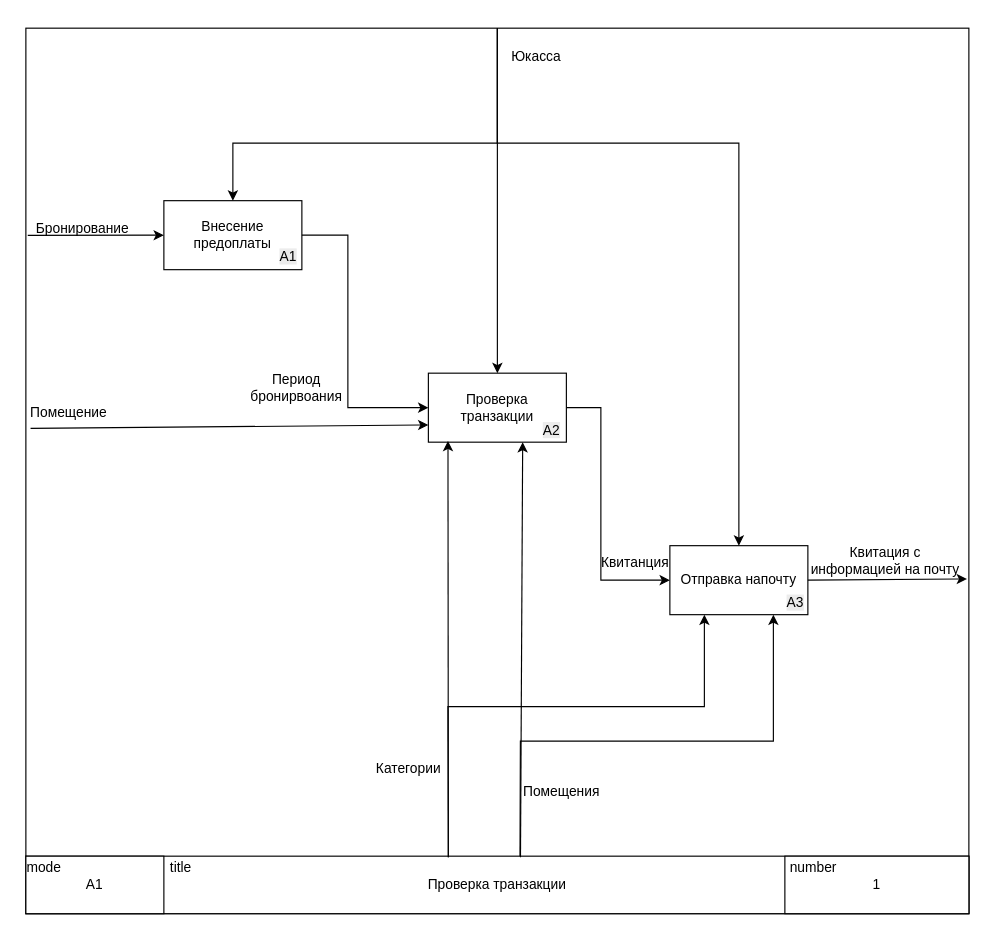
This is Курсовая 2025/Диаграммы/Диаграмма декомпозиций А1.drawio from Honeysuckle52/interior, a draw.io file, before an edit. Source tidied: cells renumbered, new cells numbered last; positions are measured from the earlier drawing's top-left corner, leaving out a move shared by most shapes. Both pictures are drawn from the tidied source at 115%, with x=0, y=0 at pixel (25, 28).
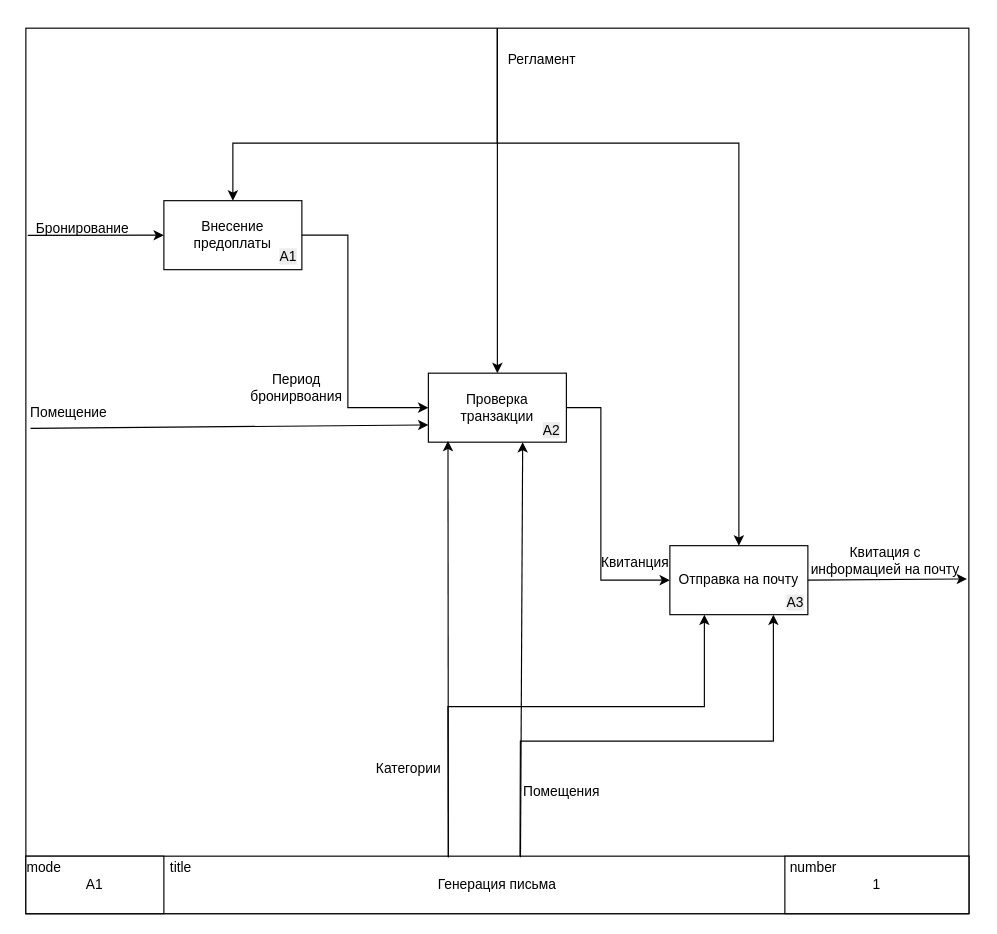
After the change.

What changed in the source:
```diff
@@
-    <mxCell id="3" value="Проверка транзакции" style="rounded=0;whiteSpace=wrap;html=1;" parent="1" vertex="1">
+    <mxCell id="3" value="Генерация письма" style="rounded=0;whiteSpace=wrap;html=1;" parent="1" vertex="1">
       <mxGeometry y="720" width="820" height="50" as="geometry" />
     </mxCell>
@@
-    <mxCell id="12" value="Отправка напочту" style="rounded=0;whiteSpace=wrap;html=1;" parent="1" vertex="1">
+    <mxCell id="12" value="Отправка на почту" style="rounded=0;whiteSpace=wrap;html=1;" parent="1" vertex="1">
       <mxGeometry x="560" y="450" width="120" height="60" as="geometry" />
     </mxCell>
@@
-    <mxCell id="23" value="Юкасса" style="text;html=1;align=center;verticalAlign=middle;whiteSpace=wrap;rounded=0;" parent="1" vertex="1">
-      <mxGeometry x="414" y="10" width="60" height="30" as="geometry" />
-    </mxCell>
@@
+    <mxCell id="35" value="Регламент" style="text;html=1;align=center;verticalAlign=middle;whiteSpace=wrap;rounded=0;" parent="1" vertex="1">
+      <mxGeometry x="419" y="13" width="60" height="30" as="geometry" />
+    </mxCell>
```
